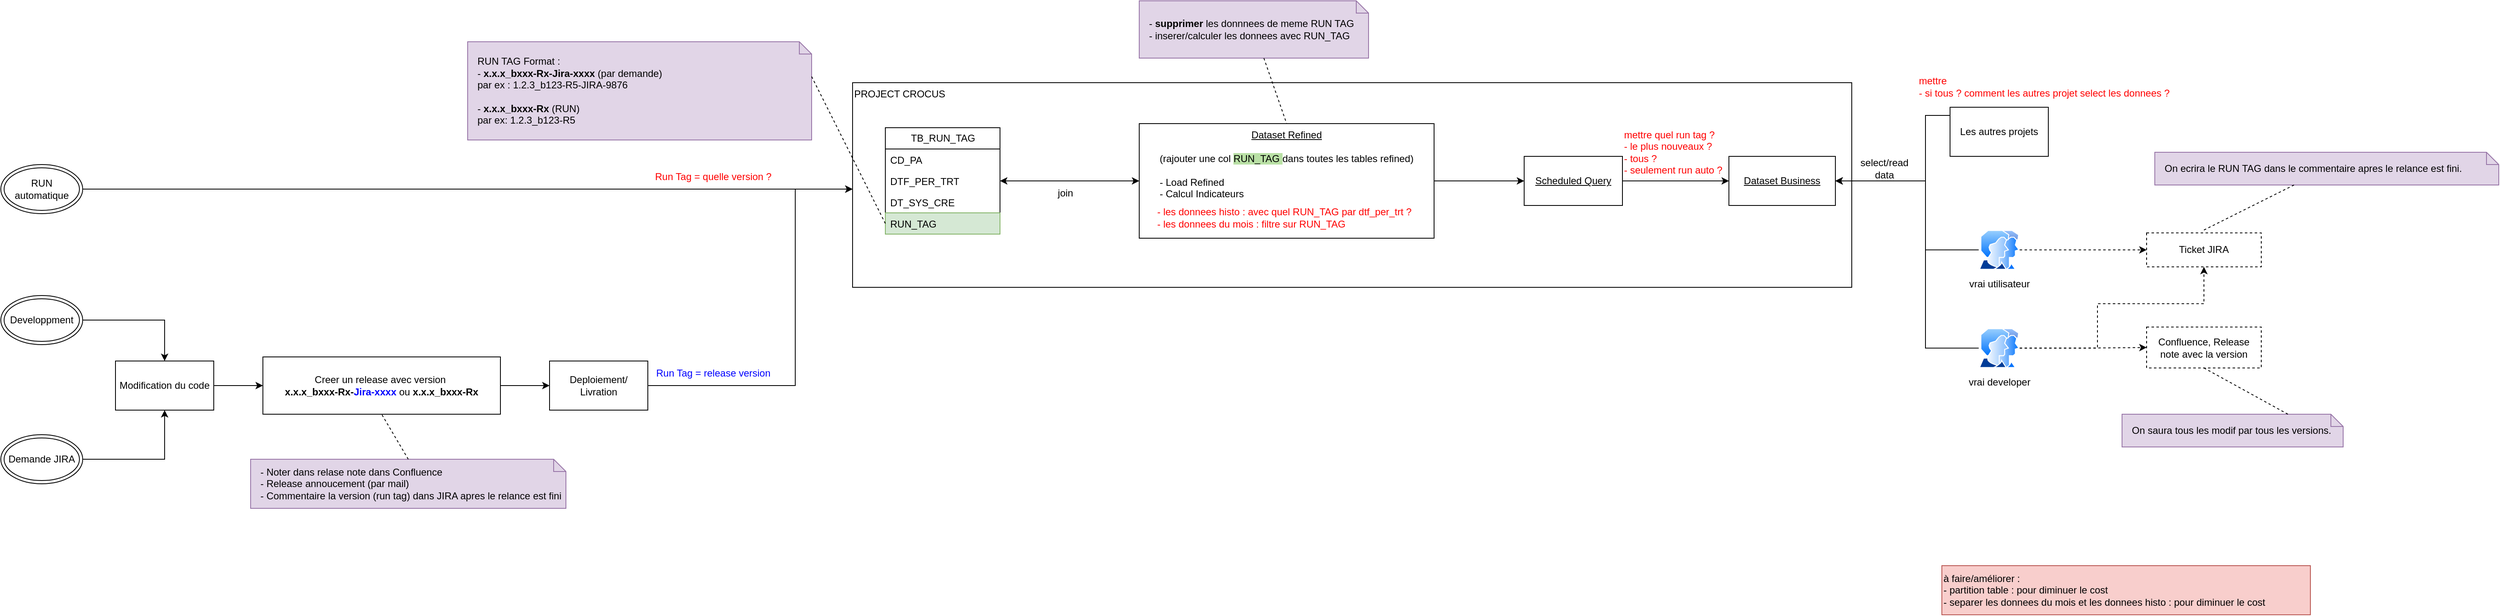
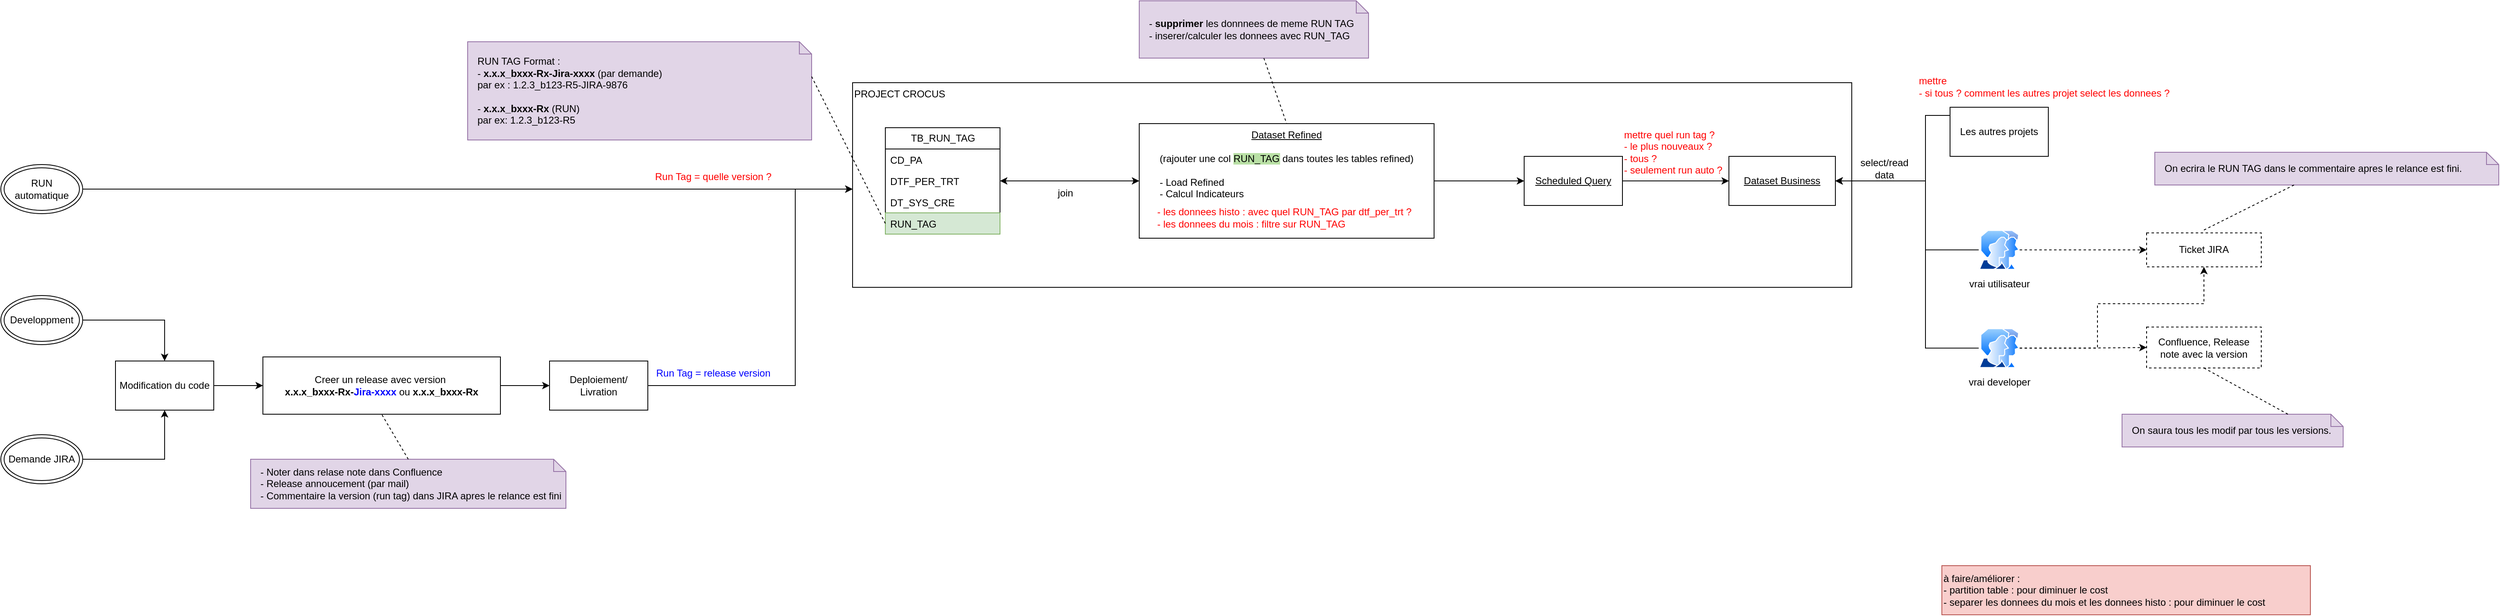
<mxfile host="app.diagrams.net">
  <diagram name="Page-1" id="bEAYSmEDHXBXhFzCy1HB">
    <mxGraphModel dx="2873" dy="1106" grid="1" gridSize="10" guides="1" tooltips="1" connect="1" arrows="1" fold="1" page="1" pageScale="1" pageWidth="827" pageHeight="1169" math="0" shadow="0">
      <root>
        <mxCell id="0" />
        <mxCell id="1" parent="0" />
        <mxCell id="QUzsFoNl6aFI_2ed8XXq-13" parent="1" style="rounded=0;whiteSpace=wrap;html=1;align=left;verticalAlign=top;" value="PROJECT CROCUS" vertex="1">
          <mxGeometry height="250" width="1220" x="380" y="140" as="geometry" />
        </mxCell>
        <mxCell id="QUzsFoNl6aFI_2ed8XXq-1" parent="1" style="swimlane;fontStyle=0;childLayout=stackLayout;horizontal=1;startSize=26;fillColor=none;horizontalStack=0;resizeParent=1;resizeParentMax=0;resizeLast=0;collapsible=1;marginBottom=0;html=1;" value="TB_RUN_TAG" vertex="1">
          <mxGeometry height="130" width="140" x="420" y="195" as="geometry" />
        </mxCell>
        <mxCell id="QUzsFoNl6aFI_2ed8XXq-2" parent="QUzsFoNl6aFI_2ed8XXq-1" style="text;strokeColor=none;fillColor=none;align=left;verticalAlign=top;spacingLeft=4;spacingRight=4;overflow=hidden;rotatable=0;points=[[0,0.5],[1,0.5]];portConstraint=eastwest;whiteSpace=wrap;html=1;" value="CD_PA" vertex="1">
          <mxGeometry height="26" width="140" y="26" as="geometry" />
        </mxCell>
        <mxCell id="QUzsFoNl6aFI_2ed8XXq-3" parent="QUzsFoNl6aFI_2ed8XXq-1" style="text;strokeColor=none;fillColor=none;align=left;verticalAlign=top;spacingLeft=4;spacingRight=4;overflow=hidden;rotatable=0;points=[[0,0.5],[1,0.5]];portConstraint=eastwest;whiteSpace=wrap;html=1;" value="DTF_PER_TRT" vertex="1">
          <mxGeometry height="26" width="140" y="52" as="geometry" />
        </mxCell>
        <mxCell id="QUzsFoNl6aFI_2ed8XXq-4" parent="QUzsFoNl6aFI_2ed8XXq-1" style="text;strokeColor=none;fillColor=none;align=left;verticalAlign=top;spacingLeft=4;spacingRight=4;overflow=hidden;rotatable=0;points=[[0,0.5],[1,0.5]];portConstraint=eastwest;whiteSpace=wrap;html=1;" value="DT_SYS_CRE" vertex="1">
          <mxGeometry height="26" width="140" y="78" as="geometry" />
        </mxCell>
        <mxCell id="QUzsFoNl6aFI_2ed8XXq-5" parent="QUzsFoNl6aFI_2ed8XXq-1" style="text;strokeColor=#82b366;fillColor=#d5e8d4;align=left;verticalAlign=top;spacingLeft=4;spacingRight=4;overflow=hidden;rotatable=0;points=[[0,0.5],[1,0.5]];portConstraint=eastwest;whiteSpace=wrap;html=1;" value="RUN_TAG" vertex="1">
          <mxGeometry height="26" width="140" y="104" as="geometry" />
        </mxCell>
        <mxCell id="QUzsFoNl6aFI_2ed8XXq-7" parent="1" style="shape=note;size=15;align=left;spacingLeft=10;html=1;whiteSpace=wrap;fillColor=#e1d5e7;strokeColor=#9673a6;" value="RUN TAG Format :&amp;nbsp;&lt;div&gt;- &lt;b&gt;x.x.x_bxxx-Rx-Jira-xxxx&lt;/b&gt; (par demande)&amp;nbsp;&lt;/div&gt;&lt;div&gt;par ex : 1.2.3_b123-R5-JIRA-9876&lt;/div&gt;&lt;div&gt;&lt;br&gt;&lt;/div&gt;&lt;div&gt;-&lt;b&gt; x.x.x_bxxx-Rx&lt;/b&gt; (RUN)&lt;/div&gt;&lt;div&gt;&lt;span style=&quot;background-color: transparent; color: light-dark(rgb(0, 0, 0), rgb(255, 255, 255));&quot;&gt;par ex: 1.2.3_b123-R5&lt;/span&gt;&lt;/div&gt;" vertex="1">
          <mxGeometry height="120" width="420" x="-90" y="90" as="geometry" />
        </mxCell>
        <mxCell id="QUzsFoNl6aFI_2ed8XXq-8" edge="1" parent="1" source="QUzsFoNl6aFI_2ed8XXq-7" style="edgeStyle=none;endArrow=none;exitX=0;exitY=0;dashed=1;html=1;rounded=0;entryX=0;entryY=0.5;entryDx=0;entryDy=0;exitDx=420;exitDy=42.5;exitPerimeter=0;" target="QUzsFoNl6aFI_2ed8XXq-5" value="">
          <mxGeometry relative="1" x="1" as="geometry">
            <mxPoint x="590" y="660" as="targetPoint" />
          </mxGeometry>
        </mxCell>
        <mxCell id="QUzsFoNl6aFI_2ed8XXq-10" parent="1" style="rounded=0;whiteSpace=wrap;html=1;dashed=1;" value="Confluence, Release note avec la v&lt;span style=&quot;background-color: transparent; color: light-dark(rgb(0, 0, 0), rgb(255, 255, 255));&quot;&gt;ersion&lt;/span&gt;" vertex="1">
          <mxGeometry height="50" width="140" x="1960" y="438.5" as="geometry" />
        </mxCell>
        <mxCell id="QUzsFoNl6aFI_2ed8XXq-11" parent="1" style="rounded=0;whiteSpace=wrap;html=1;dashed=1;" value="Ticket JIRA" vertex="1">
          <mxGeometry height="41.5" width="140" x="1960" y="323.5" as="geometry" />
        </mxCell>
        <mxCell id="QUzsFoNl6aFI_2ed8XXq-42" edge="1" parent="1" source="QUzsFoNl6aFI_2ed8XXq-12" style="edgeStyle=orthogonalEdgeStyle;rounded=0;orthogonalLoop=1;jettySize=auto;html=1;entryX=1;entryY=0.5;entryDx=0;entryDy=0;startArrow=classic;startFill=1;" target="QUzsFoNl6aFI_2ed8XXq-3">
          <mxGeometry relative="1" as="geometry" />
        </mxCell>
        <mxCell id="QUzsFoNl6aFI_2ed8XXq-50" edge="1" parent="1" source="QUzsFoNl6aFI_2ed8XXq-12" style="edgeStyle=orthogonalEdgeStyle;rounded=0;orthogonalLoop=1;jettySize=auto;html=1;" target="QUzsFoNl6aFI_2ed8XXq-46">
          <mxGeometry relative="1" as="geometry">
            <Array as="points" />
          </mxGeometry>
        </mxCell>
-         <mxCell id="QUzsFoNl6aFI_2ed8XXq-12" parent="1" style="rounded=0;whiteSpace=wrap;html=1;verticalAlign=top;" value="&lt;u&gt;Dataset Refined&lt;/u&gt;&lt;div&gt;&lt;u&gt;&lt;br&gt;&lt;/u&gt;&lt;div&gt;(rajouter une col &lt;span style=&quot;background-color: rgb(185, 224, 165);&quot;&gt;RUN_TAG &lt;/span&gt;dans toutes les tables refined)&lt;/div&gt;&lt;div&gt;&lt;br&gt;&lt;/div&gt;&lt;div style=&quot;text-align: left;&quot;&gt;- Load Refined&amp;nbsp; &amp;nbsp; &amp;nbsp; &amp;nbsp;&lt;/div&gt;&lt;div style=&quot;text-align: left;&quot;&gt;- Calcul Indicateurs&lt;/div&gt;&lt;/div&gt;" vertex="1">
+         <mxCell id="QUzsFoNl6aFI_2ed8XXq-12" parent="1" style="rounded=0;whiteSpace=wrap;html=1;verticalAlign=top;" value="&lt;u&gt;Dataset Refined&lt;/u&gt;&lt;div&gt;&lt;u&gt;&lt;br&gt;&lt;/u&gt;&lt;div&gt;(rajouter une col &lt;span style=&quot;background-color: rgb(185, 224, 165);&quot;&gt;RUN_TAG&lt;/span&gt;&lt;span&gt; &lt;/span&gt;dans toutes les tables refined)&lt;/div&gt;&lt;div&gt;&lt;br&gt;&lt;/div&gt;&lt;div style=&quot;text-align: left;&quot;&gt;- Load Refined&amp;nbsp; &amp;nbsp; &amp;nbsp; &amp;nbsp;&lt;/div&gt;&lt;div style=&quot;text-align: left;&quot;&gt;- Calcul Indicateurs&lt;/div&gt;&lt;/div&gt;" vertex="1">
          <mxGeometry height="140" width="360" x="730" y="190" as="geometry" />
        </mxCell>
        <mxCell id="QUzsFoNl6aFI_2ed8XXq-27" edge="1" parent="1" source="QUzsFoNl6aFI_2ed8XXq-33" style="edgeStyle=orthogonalEdgeStyle;rounded=0;orthogonalLoop=1;jettySize=auto;html=1;entryX=0.5;entryY=0;entryDx=0;entryDy=0;" target="QUzsFoNl6aFI_2ed8XXq-23">
          <mxGeometry relative="1" as="geometry">
            <mxPoint x="-760" y="325" as="sourcePoint" />
          </mxGeometry>
        </mxCell>
        <mxCell id="QUzsFoNl6aFI_2ed8XXq-29" edge="1" parent="1" source="QUzsFoNl6aFI_2ed8XXq-34" style="edgeStyle=orthogonalEdgeStyle;rounded=0;orthogonalLoop=1;jettySize=auto;html=1;entryX=0.5;entryY=1;entryDx=0;entryDy=0;" target="QUzsFoNl6aFI_2ed8XXq-23">
          <mxGeometry relative="1" as="geometry">
            <mxPoint x="-820" y="785" as="sourcePoint" />
          </mxGeometry>
        </mxCell>
        <mxCell id="QUzsFoNl6aFI_2ed8XXq-19" parent="1" style="text;html=1;whiteSpace=wrap;strokeColor=none;fillColor=none;align=center;verticalAlign=middle;rounded=0;fontColor=#0000FF;" value="&lt;font style=&quot;color: rgb(255, 0, 0);&quot;&gt;Run Tag = quelle version ?&lt;/font&gt;" vertex="1">
          <mxGeometry height="30" width="200" x="110" y="240" as="geometry" />
        </mxCell>
        <mxCell id="QUzsFoNl6aFI_2ed8XXq-28" edge="1" parent="1" source="QUzsFoNl6aFI_2ed8XXq-23" style="edgeStyle=orthogonalEdgeStyle;rounded=0;orthogonalLoop=1;jettySize=auto;html=1;" target="QUzsFoNl6aFI_2ed8XXq-25">
          <mxGeometry relative="1" as="geometry" />
        </mxCell>
        <mxCell id="QUzsFoNl6aFI_2ed8XXq-23" parent="1" style="rounded=0;whiteSpace=wrap;html=1;" value="Modification du code" vertex="1">
          <mxGeometry height="60" width="120" x="-520" y="480" as="geometry" />
        </mxCell>
        <mxCell id="QUzsFoNl6aFI_2ed8XXq-31" edge="1" parent="1" source="QUzsFoNl6aFI_2ed8XXq-24" style="edgeStyle=orthogonalEdgeStyle;rounded=0;orthogonalLoop=1;jettySize=auto;html=1;" target="QUzsFoNl6aFI_2ed8XXq-13">
          <mxGeometry relative="1" as="geometry">
            <Array as="points">
              <mxPoint x="310" y="510" />
              <mxPoint x="310" y="270" />
            </Array>
          </mxGeometry>
        </mxCell>
        <mxCell id="QUzsFoNl6aFI_2ed8XXq-24" parent="1" style="rounded=0;whiteSpace=wrap;html=1;" value="Deploiement/ Livration" vertex="1">
          <mxGeometry height="60" width="120" x="10" y="480" as="geometry" />
        </mxCell>
        <mxCell id="QUzsFoNl6aFI_2ed8XXq-30" edge="1" parent="1" source="QUzsFoNl6aFI_2ed8XXq-25" style="edgeStyle=orthogonalEdgeStyle;rounded=0;orthogonalLoop=1;jettySize=auto;html=1;entryX=0;entryY=0.5;entryDx=0;entryDy=0;" target="QUzsFoNl6aFI_2ed8XXq-24">
          <mxGeometry relative="1" as="geometry" />
        </mxCell>
        <mxCell id="QUzsFoNl6aFI_2ed8XXq-25" parent="1" style="rounded=0;whiteSpace=wrap;html=1;" value="Creer un release avec version&amp;nbsp;&lt;div&gt;&lt;span style=&quot;text-align: left;&quot;&gt;&lt;b&gt;x.x.x_bxxx-Rx-&lt;font style=&quot;color: rgb(0, 0, 255);&quot;&gt;Jira-xxxx&lt;/font&gt;&lt;/b&gt; ou&amp;nbsp;&lt;/span&gt;&lt;span style=&quot;text-align: left;&quot;&gt;&lt;b&gt;x.x.x_bxxx-Rx&lt;/b&gt;&lt;/span&gt;&lt;/div&gt;" vertex="1">
          <mxGeometry height="70" width="290" x="-340" y="475" as="geometry" />
        </mxCell>
        <mxCell id="QUzsFoNl6aFI_2ed8XXq-33" parent="1" style="ellipse;shape=doubleEllipse;whiteSpace=wrap;html=1;" value="Developpment" vertex="1">
          <mxGeometry height="60" width="100" x="-660" y="400" as="geometry" />
        </mxCell>
        <mxCell id="QUzsFoNl6aFI_2ed8XXq-34" parent="1" style="ellipse;shape=doubleEllipse;whiteSpace=wrap;html=1;" value="Demande JIRA" vertex="1">
          <mxGeometry height="60" width="100" x="-660" y="570" as="geometry" />
        </mxCell>
        <mxCell id="QUzsFoNl6aFI_2ed8XXq-36" edge="1" parent="1" source="QUzsFoNl6aFI_2ed8XXq-35" style="edgeStyle=orthogonalEdgeStyle;rounded=0;orthogonalLoop=1;jettySize=auto;html=1;" target="QUzsFoNl6aFI_2ed8XXq-13">
          <mxGeometry relative="1" as="geometry">
            <Array as="points">
              <mxPoint x="40" y="270" />
              <mxPoint x="40" y="270" />
            </Array>
          </mxGeometry>
        </mxCell>
        <mxCell id="QUzsFoNl6aFI_2ed8XXq-35" parent="1" style="ellipse;shape=doubleEllipse;whiteSpace=wrap;html=1;" value="RUN automatique" vertex="1">
          <mxGeometry height="60" width="100" x="-660" y="240" as="geometry" />
        </mxCell>
        <mxCell id="QUzsFoNl6aFI_2ed8XXq-37" parent="1" style="text;html=1;whiteSpace=wrap;strokeColor=none;fillColor=none;align=center;verticalAlign=middle;rounded=0;fontColor=#0000FF;" value="Run Tag = release version" vertex="1">
          <mxGeometry height="30" width="200" x="110" y="480" as="geometry" />
        </mxCell>
        <mxCell id="QUzsFoNl6aFI_2ed8XXq-38" parent="1" style="shape=note;size=15;align=left;spacingLeft=10;html=1;whiteSpace=wrap;fillColor=#e1d5e7;strokeColor=#9673a6;" value="- Noter dans relase note dans Confluence&lt;div&gt;- Release annoucement (par mail)&lt;/div&gt;&lt;div&gt;- Commentaire la version (run tag) dans JIRA apres le relance est fini&lt;/div&gt;" vertex="1">
          <mxGeometry height="60" width="385" x="-355" y="600" as="geometry" />
        </mxCell>
        <mxCell id="QUzsFoNl6aFI_2ed8XXq-39" edge="1" parent="1" source="QUzsFoNl6aFI_2ed8XXq-38" style="edgeStyle=none;endArrow=none;exitX=0.5;exitY=0;dashed=1;html=1;rounded=0;entryX=0.5;entryY=1;entryDx=0;entryDy=0;exitDx=0;exitDy=0;exitPerimeter=0;" target="QUzsFoNl6aFI_2ed8XXq-25" value="">
          <mxGeometry relative="1" x="1" as="geometry">
            <mxPoint x="710" y="660" as="sourcePoint" />
            <mxPoint x="762" y="510" as="targetPoint" />
          </mxGeometry>
        </mxCell>
        <mxCell id="QUzsFoNl6aFI_2ed8XXq-40" parent="1" style="shape=note;size=15;align=left;spacingLeft=10;html=1;whiteSpace=wrap;fillColor=#e1d5e7;strokeColor=#9673a6;" value="- &lt;b&gt;supprimer &lt;/b&gt;les donnnees de meme RUN TAG&lt;div&gt;- inserer/calculer les donnees avec RUN_TAG&lt;/div&gt;" vertex="1">
          <mxGeometry height="70" width="280" x="730" y="40" as="geometry" />
        </mxCell>
        <mxCell id="QUzsFoNl6aFI_2ed8XXq-41" edge="1" parent="1" source="QUzsFoNl6aFI_2ed8XXq-40" style="edgeStyle=none;endArrow=none;dashed=1;html=1;rounded=0;entryX=0.5;entryY=0;entryDx=0;entryDy=0;" target="QUzsFoNl6aFI_2ed8XXq-12" value="">
          <mxGeometry relative="1" x="1" as="geometry">
            <mxPoint x="720" y="650" as="sourcePoint" />
            <mxPoint x="772" y="500" as="targetPoint" />
          </mxGeometry>
        </mxCell>
        <mxCell id="QUzsFoNl6aFI_2ed8XXq-43" parent="1" style="text;html=1;whiteSpace=wrap;strokeColor=none;fillColor=none;align=left;verticalAlign=middle;rounded=0;" value="&lt;font style=&quot;color: rgb(255, 0, 0);&quot;&gt;- les donnees histo : avec quel RUN_TAG par dtf_per_trt ?&lt;/font&gt;&lt;div&gt;&lt;font style=&quot;color: rgb(255, 0, 0);&quot;&gt;- les donnees du mois : f&lt;/font&gt;&lt;span style=&quot;color: light-dark(rgb(255, 0, 0), rgb(255, 144, 144)); background-color: transparent;&quot;&gt;iltre sur RUN_TAG&lt;/span&gt;&lt;/div&gt;" vertex="1">
          <mxGeometry height="30" width="330" x="750" y="290" as="geometry" />
        </mxCell>
        <mxCell id="QUzsFoNl6aFI_2ed8XXq-45" parent="1" style="rounded=0;whiteSpace=wrap;html=1;" value="&lt;u&gt;Dataset Business&lt;/u&gt;" vertex="1">
          <mxGeometry height="60" width="130" x="1450" y="230" as="geometry" />
        </mxCell>
        <mxCell id="QUzsFoNl6aFI_2ed8XXq-48" edge="1" parent="1" source="QUzsFoNl6aFI_2ed8XXq-46" style="edgeStyle=orthogonalEdgeStyle;rounded=0;orthogonalLoop=1;jettySize=auto;html=1;" target="QUzsFoNl6aFI_2ed8XXq-45">
          <mxGeometry relative="1" as="geometry" />
        </mxCell>
        <mxCell id="QUzsFoNl6aFI_2ed8XXq-46" parent="1" style="rounded=0;whiteSpace=wrap;html=1;" value="&lt;u&gt;Scheduled Query&lt;/u&gt;" vertex="1">
          <mxGeometry height="60" width="120" x="1200" y="230" as="geometry" />
        </mxCell>
        <mxCell id="QUzsFoNl6aFI_2ed8XXq-51" parent="1" style="text;html=1;whiteSpace=wrap;strokeColor=none;fillColor=none;align=left;verticalAlign=middle;rounded=0;fontColor=#FF0000;" value="mettre quel run tag ?&amp;nbsp;&lt;div&gt;- le plus nouveaux ?&lt;/div&gt;&lt;div&gt;- tous ?&lt;/div&gt;&lt;div&gt;- seulement run auto ?&lt;/div&gt;" vertex="1">
          <mxGeometry height="30" width="370" x="1320" y="210" as="geometry" />
        </mxCell>
        <mxCell id="QUzsFoNl6aFI_2ed8XXq-59" edge="1" parent="1" source="QUzsFoNl6aFI_2ed8XXq-52" style="edgeStyle=orthogonalEdgeStyle;rounded=0;orthogonalLoop=1;jettySize=auto;html=1;entryX=1;entryY=0.5;entryDx=0;entryDy=0;" target="QUzsFoNl6aFI_2ed8XXq-45">
          <mxGeometry relative="1" as="geometry">
            <Array as="points">
              <mxPoint x="1690" y="180" />
              <mxPoint x="1690" y="260" />
            </Array>
          </mxGeometry>
        </mxCell>
        <mxCell id="QUzsFoNl6aFI_2ed8XXq-52" parent="1" style="rounded=0;whiteSpace=wrap;html=1;" value="Les autres projets" vertex="1">
          <mxGeometry height="60" width="120" x="1720" y="170" as="geometry" />
        </mxCell>
        <mxCell id="QUzsFoNl6aFI_2ed8XXq-58" edge="1" parent="1" source="QUzsFoNl6aFI_2ed8XXq-57" style="edgeStyle=orthogonalEdgeStyle;rounded=0;orthogonalLoop=1;jettySize=auto;html=1;entryX=1;entryY=0.5;entryDx=0;entryDy=0;" target="QUzsFoNl6aFI_2ed8XXq-45">
          <mxGeometry relative="1" as="geometry">
            <Array as="points">
              <mxPoint x="1690" y="344" />
              <mxPoint x="1690" y="260" />
            </Array>
          </mxGeometry>
        </mxCell>
        <mxCell id="QUzsFoNl6aFI_2ed8XXq-65" edge="1" parent="1" source="QUzsFoNl6aFI_2ed8XXq-57" style="edgeStyle=orthogonalEdgeStyle;rounded=0;orthogonalLoop=1;jettySize=auto;html=1;dashed=1;" target="QUzsFoNl6aFI_2ed8XXq-11">
          <mxGeometry relative="1" as="geometry" />
        </mxCell>
        <mxCell id="QUzsFoNl6aFI_2ed8XXq-57" parent="1" style="image;aspect=fixed;perimeter=ellipsePerimeter;html=1;align=center;shadow=0;dashed=0;spacingTop=3;image=img/lib/active_directory/user_accounts.svg;" value="vrai utilisateur" vertex="1">
          <mxGeometry height="48.5" width="50" x="1755" y="320" as="geometry" />
        </mxCell>
        <mxCell id="QUzsFoNl6aFI_2ed8XXq-60" parent="1" style="text;html=1;whiteSpace=wrap;strokeColor=none;fillColor=none;align=center;verticalAlign=middle;rounded=0;" value="select/read data" vertex="1">
          <mxGeometry height="30" width="60" x="1610" y="230" as="geometry" />
        </mxCell>
        <mxCell id="QUzsFoNl6aFI_2ed8XXq-63" edge="1" parent="1" source="QUzsFoNl6aFI_2ed8XXq-62" style="edgeStyle=orthogonalEdgeStyle;rounded=0;orthogonalLoop=1;jettySize=auto;html=1;entryX=1;entryY=0.5;entryDx=0;entryDy=0;" target="QUzsFoNl6aFI_2ed8XXq-45">
          <mxGeometry relative="1" as="geometry">
            <Array as="points">
              <mxPoint x="1690" y="464" />
              <mxPoint x="1690" y="260" />
            </Array>
          </mxGeometry>
        </mxCell>
        <mxCell id="QUzsFoNl6aFI_2ed8XXq-66" edge="1" parent="1" source="QUzsFoNl6aFI_2ed8XXq-62" style="edgeStyle=orthogonalEdgeStyle;rounded=0;orthogonalLoop=1;jettySize=auto;html=1;dashed=1;" target="QUzsFoNl6aFI_2ed8XXq-10">
          <mxGeometry relative="1" as="geometry" />
        </mxCell>
        <mxCell id="QUzsFoNl6aFI_2ed8XXq-68" edge="1" parent="1" source="QUzsFoNl6aFI_2ed8XXq-62" style="edgeStyle=orthogonalEdgeStyle;rounded=0;orthogonalLoop=1;jettySize=auto;html=1;entryX=0.5;entryY=1;entryDx=0;entryDy=0;dashed=1;" target="QUzsFoNl6aFI_2ed8XXq-11">
          <mxGeometry relative="1" as="geometry">
            <Array as="points">
              <mxPoint x="1900" y="464" />
              <mxPoint x="1900" y="410" />
              <mxPoint x="2030" y="410" />
            </Array>
          </mxGeometry>
        </mxCell>
        <mxCell id="QUzsFoNl6aFI_2ed8XXq-62" parent="1" style="image;aspect=fixed;perimeter=ellipsePerimeter;html=1;align=center;shadow=0;dashed=0;spacingTop=3;image=img/lib/active_directory/user_accounts.svg;" value="vrai developer" vertex="1">
          <mxGeometry height="48.5" width="50" x="1755" y="440" as="geometry" />
        </mxCell>
        <mxCell id="QUzsFoNl6aFI_2ed8XXq-69" parent="1" style="shape=note;size=15;align=left;spacingLeft=10;html=1;whiteSpace=wrap;fillColor=#e1d5e7;strokeColor=#9673a6;" value="On ecrira le RUN TAG dans le commentaire apres le relance est fini." vertex="1">
          <mxGeometry height="40" width="420" x="1970" y="225" as="geometry" />
        </mxCell>
        <mxCell id="QUzsFoNl6aFI_2ed8XXq-70" edge="1" parent="1" source="QUzsFoNl6aFI_2ed8XXq-69" style="edgeStyle=none;endArrow=none;dashed=1;html=1;rounded=0;" value="">
          <mxGeometry relative="1" x="1" as="geometry">
            <mxPoint x="970" y="210" as="sourcePoint" />
            <mxPoint x="2030" y="320" as="targetPoint" />
          </mxGeometry>
        </mxCell>
        <mxCell id="QUzsFoNl6aFI_2ed8XXq-71" parent="1" style="shape=note;size=15;align=left;spacingLeft=10;html=1;whiteSpace=wrap;fillColor=#e1d5e7;strokeColor=#9673a6;" value="On saura tous les modif par tous les versions." vertex="1">
          <mxGeometry height="40" width="270" x="1930" y="545" as="geometry" />
        </mxCell>
        <mxCell id="QUzsFoNl6aFI_2ed8XXq-72" edge="1" parent="1" source="QUzsFoNl6aFI_2ed8XXq-71" style="edgeStyle=none;endArrow=none;dashed=1;html=1;rounded=0;entryX=0.5;entryY=1;entryDx=0;entryDy=0;exitX=0;exitY=0;exitDx=202.5;exitDy=0;exitPerimeter=0;" target="QUzsFoNl6aFI_2ed8XXq-10" value="">
          <mxGeometry relative="1" x="1" as="geometry">
            <mxPoint x="2180" y="470" as="sourcePoint" />
            <mxPoint x="2070" y="525" as="targetPoint" />
          </mxGeometry>
        </mxCell>
        <mxCell id="QUzsFoNl6aFI_2ed8XXq-73" parent="1" style="text;html=1;whiteSpace=wrap;strokeColor=none;fillColor=none;align=left;verticalAlign=middle;rounded=0;fontColor=#FF0000;" value="mettre&amp;nbsp;&lt;div&gt;&lt;span style=&quot;background-color: transparent; color: light-dark(rgb(255, 0, 0), rgb(255, 144, 144));&quot;&gt;- si tous ? comment les autres projet select les donnees ?&lt;/span&gt;&lt;/div&gt;" vertex="1">
          <mxGeometry height="30" width="370" x="1680" y="130" as="geometry" />
        </mxCell>
        <mxCell id="QUzsFoNl6aFI_2ed8XXq-74" parent="1" style="rounded=0;whiteSpace=wrap;html=1;align=left;fillColor=#f8cecc;strokeColor=#b85450;" value="à faire/améliorer :&lt;div&gt;- partition table : pour diminuer le cost&lt;/div&gt;&lt;div&gt;- separer les donnees du mois et les donnees histo&amp;nbsp;&lt;span style=&quot;background-color: transparent; color: light-dark(rgb(0, 0, 0), rgb(255, 255, 255));&quot;&gt;: pour diminuer le cost&lt;/span&gt;&lt;/div&gt;" vertex="1">
          <mxGeometry height="60" width="450" x="1710" y="730" as="geometry" />
        </mxCell>
        <mxCell id="QUzsFoNl6aFI_2ed8XXq-76" parent="1" style="text;html=1;whiteSpace=wrap;strokeColor=none;fillColor=none;align=center;verticalAlign=middle;rounded=0;" value="join" vertex="1">
          <mxGeometry height="30" width="60" x="610" y="260" as="geometry" />
        </mxCell>
      </root>
    </mxGraphModel>
  </diagram>
</mxfile>
